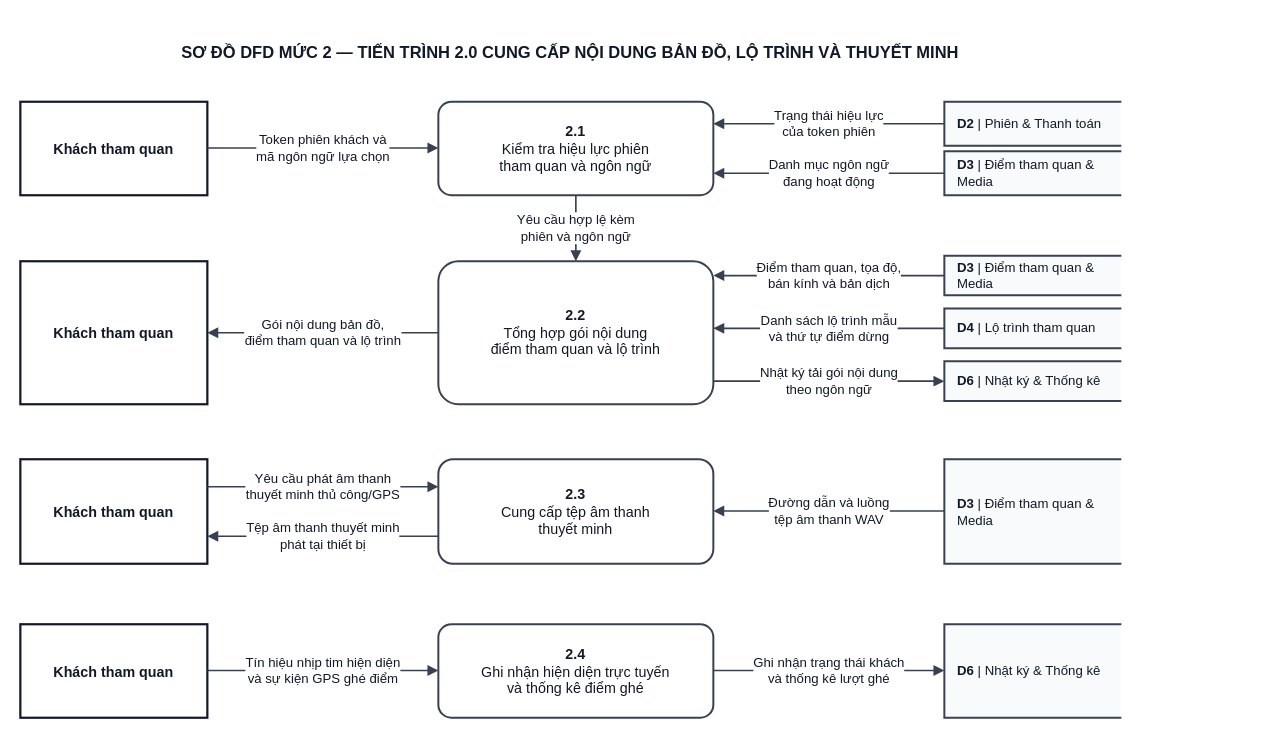
Before: docs/diagram/dfd/DFD_Level_2_P2_Visitor_Content_Audio.drawio in Kazuken123/prj_sgu26_cnpm, a draw.io diagram. Source tidied: cells renumbered, new cells numbered last; positions are measured from the earlier drawing's top-left corner, leaving out a move shared by most shapes. Both pictures are drawn from the tidied source at 110%, with x=0, y=0 at pixel (20, 30).
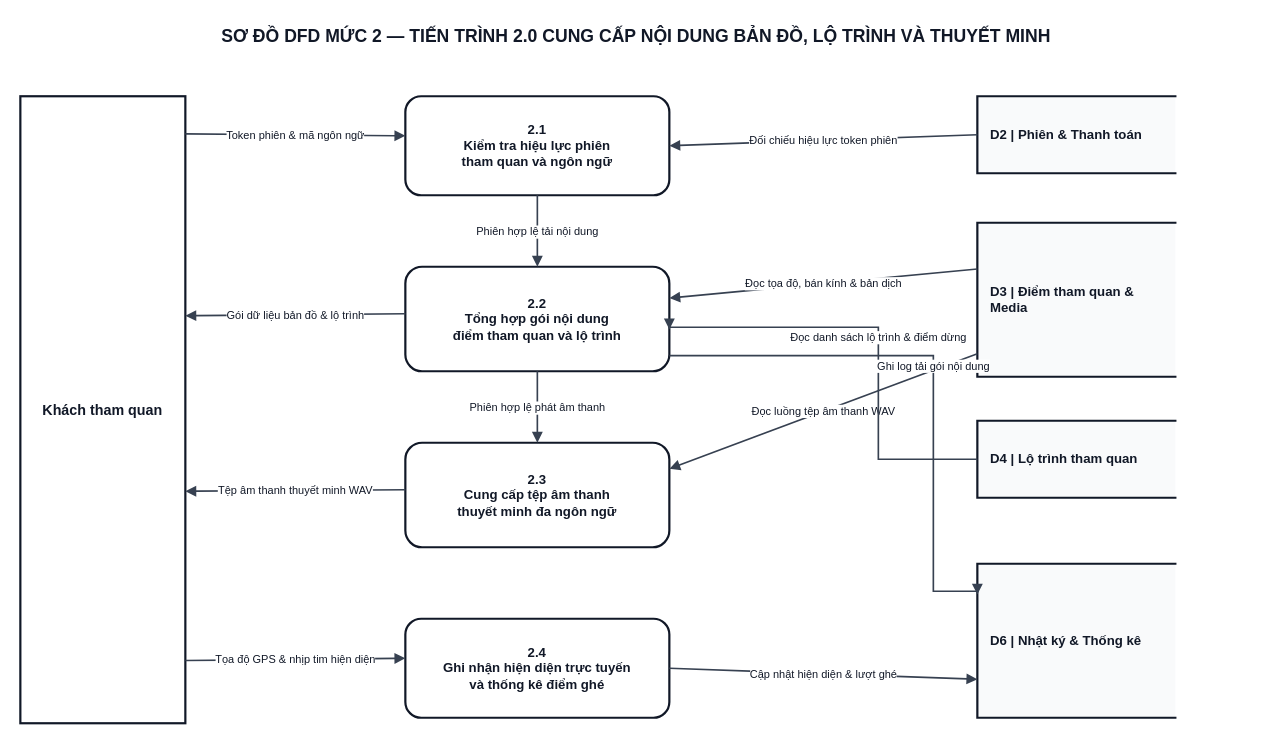
Above is the later version.

Diff of the diagram source:
```diff
@@
-    <mxCell id="2" value="SƠ ĐỒ DFD MỨC 2 — TIẾN TRÌNH 2.0 CUNG CẤP NỘI DUNG BẢN ĐỒ, LỘ TRÌNH VÀ THUYẾT MINH" style="text;html=1;align=center;verticalAlign=middle;whiteSpace=wrap;fontFamily=Arial;fontSize=15;fontStyle=1;fillColor=none;strokeColor=none;fontColor=#111827;" parent="1" vertex="1">
-      <mxGeometry width="1000" height="40" as="geometry" />
+    <mxCell id="2" value="SƠ ĐỒ DFD MỨC 2 — TIẾN TRÌNH 2.0 CUNG CẤP NỘI DUNG BẢN ĐỒ, LỘ TRÌNH VÀ THUYẾT MINH" style="text;html=1;align=center;verticalAlign=middle;whiteSpace=wrap;fontFamily=Arial;fontSize=16;fontStyle=1;fillColor=none;strokeColor=none;fontColor=#111827;" parent="1" vertex="1">
+      <mxGeometry y="-10" width="1120" height="30" as="geometry" />
     </mxCell>
+    <mxCell id="31" value="Khách tham quan" style="rounded=0;whiteSpace=wrap;html=1;fillColor=#FFFFFF;strokeColor=#111827;strokeWidth=2;fontFamily=Arial;fontSize=13;fontStyle=1;fontColor=#111827;align=center;" parent="1" vertex="1">
+      <mxGeometry y="60" width="150" height="570" as="geometry" />
+    </mxCell>
-    <mxCell id="3" value="&lt;b&gt;2.1&lt;/b&gt;&lt;br/&gt;Kiểm tra hiệu lực phiên&lt;br/&gt;tham quan và ngôn ngữ" style="rounded=1;arcSize=14;whiteSpace=wrap;html=1;fillColor=#FFFFFF;strokeColor=#374151;strokeWidth=1.8;fontFamily=Arial;fontSize=13;fontColor=#111827;align=center;" parent="1" vertex="1">
-      <mxGeometry x="380" y="65" width="250" height="85" as="geometry" />
+    <mxCell id="3" value="&lt;b&gt;2.1&lt;/b&gt;&lt;br/&gt;Kiểm tra hiệu lực phiên&lt;br/&gt;tham quan và ngôn ngữ" style="rounded=1;arcSize=16;whiteSpace=wrap;html=1;fillColor=#FFFFFF;strokeColor=#111827;strokeWidth=2;fontFamily=Arial;fontSize=12;fontStyle=1;fontColor=#111827;align=center;" parent="1" vertex="1">
+      <mxGeometry x="350" y="60" width="240" height="90" as="geometry" />
     </mxCell>
-    <mxCell id="4" value="&lt;b&gt;2.2&lt;/b&gt;&lt;br/&gt;Tổng hợp gói nội dung&lt;br/&gt;điểm tham quan và lộ trình" style="rounded=1;arcSize=14;whiteSpace=wrap;html=1;fillColor=#FFFFFF;strokeColor=#374151;strokeWidth=1.8;fontFamily=Arial;fontSize=13;fontColor=#111827;align=center;" parent="1" vertex="1">
-      <mxGeometry x="380" y="210" width="250" height="130" as="geometry" />
+    <mxCell id="4" value="&lt;b&gt;2.2&lt;/b&gt;&lt;br/&gt;Tổng hợp gói nội dung&lt;br/&gt;điểm tham quan và lộ trình" style="rounded=1;arcSize=16;whiteSpace=wrap;html=1;fillColor=#FFFFFF;strokeColor=#111827;strokeWidth=2;fontFamily=Arial;fontSize=12;fontStyle=1;fontColor=#111827;align=center;" parent="1" vertex="1">
+      <mxGeometry x="350" y="215" width="240" height="95" as="geometry" />
     </mxCell>
-    <mxCell id="5" value="&lt;b&gt;2.3&lt;/b&gt;&lt;br/&gt;Cung cấp tệp âm thanh&lt;br/&gt;thuyết minh" style="rounded=1;arcSize=14;whiteSpace=wrap;html=1;fillColor=#FFFFFF;strokeColor=#374151;strokeWidth=1.8;fontFamily=Arial;fontSize=13;fontColor=#111827;align=center;" parent="1" vertex="1">
-      <mxGeometry x="380" y="390" width="250" height="95" as="geometry" />
+    <mxCell id="5" value="&lt;b&gt;2.3&lt;/b&gt;&lt;br/&gt;Cung cấp tệp âm thanh&lt;br/&gt;thuyết minh đa ngôn ngữ" style="rounded=1;arcSize=16;whiteSpace=wrap;html=1;fillColor=#FFFFFF;strokeColor=#111827;strokeWidth=2;fontFamily=Arial;fontSize=12;fontStyle=1;fontColor=#111827;align=center;" parent="1" vertex="1">
+      <mxGeometry x="350" y="375" width="240" height="95" as="geometry" />
     </mxCell>
-    <mxCell id="6" value="&lt;b&gt;2.4&lt;/b&gt;&lt;br/&gt;Ghi nhận hiện diện trực tuyến&lt;br/&gt;và thống kê điểm ghé" style="rounded=1;arcSize=14;whiteSpace=wrap;html=1;fillColor=#FFFFFF;strokeColor=#374151;strokeWidth=1.8;fontFamily=Arial;fontSize=13;fontColor=#111827;align=center;" parent="1" vertex="1">
-      <mxGeometry x="380" y="540" width="250" height="85" as="geometry" />
+    <mxCell id="6" value="&lt;b&gt;2.4&lt;/b&gt;&lt;br/&gt;Ghi nhận hiện diện trực tuyến&lt;br/&gt;và thống kê điểm ghé" style="rounded=1;arcSize=16;whiteSpace=wrap;html=1;fillColor=#FFFFFF;strokeColor=#111827;strokeWidth=2;fontFamily=Arial;fontSize=12;fontStyle=1;fontColor=#111827;align=center;" parent="1" vertex="1">
+      <mxGeometry x="350" y="535" width="240" height="90" as="geometry" />
     </mxCell>
+    <mxCell id="9" value="&lt;b&gt;D2&lt;/b&gt; | Phiên &amp; Thanh toán" style="shape=partialRectangle;whiteSpace=wrap;html=1;left=1;right=0;top=1;bottom=1;fillColor=#F9FAFB;strokeColor=#111827;strokeWidth=2;fontFamily=Arial;fontSize=12;fontStyle=1;fontColor=#111827;align=left;spacingLeft=10;" parent="1" vertex="1">
+      <mxGeometry x="870" y="60" width="180" height="70" as="geometry" />
+    </mxCell>
+    <mxCell id="32" value="&lt;b&gt;D3&lt;/b&gt; | Điểm tham quan &amp; Media" style="shape=partialRectangle;whiteSpace=wrap;html=1;left=1;right=0;top=1;bottom=1;fillColor=#F9FAFB;strokeColor=#111827;strokeWidth=2;fontFamily=Arial;fontSize=12;fontStyle=1;fontColor=#111827;align=left;spacingLeft=10;" parent="1" vertex="1">
+      <mxGeometry x="870" y="175" width="180" height="140" as="geometry" />
+    </mxCell>
+    <mxCell id="16" value="&lt;b&gt;D4&lt;/b&gt; | Lộ trình tham quan" style="shape=partialRectangle;whiteSpace=wrap;html=1;left=1;right=0;top=1;bottom=1;fillColor=#F9FAFB;strokeColor=#111827;strokeWidth=2;fontFamily=Arial;fontSize=12;fontStyle=1;fontColor=#111827;align=left;spacingLeft=10;" parent="1" vertex="1">
+      <mxGeometry x="870" y="355" width="180" height="70" as="geometry" />
+    </mxCell>
+    <mxCell id="33" value="&lt;b&gt;D6&lt;/b&gt; | Nhật ký &amp; Thống kê" style="shape=partialRectangle;whiteSpace=wrap;html=1;left=1;right=0;top=1;bottom=1;fillColor=#F9FAFB;strokeColor=#111827;strokeWidth=2;fontFamily=Arial;fontSize=12;fontStyle=1;fontColor=#111827;align=left;spacingLeft=10;" parent="1" vertex="1">
+      <mxGeometry x="870" y="485" width="180" height="140" as="geometry" />
+    </mxCell>
+    <mxCell id="11" value="Token phiên &amp; mã ngôn ngữ" style="rounded=0;html=1;strokeColor=#374151;strokeWidth=1.5;endArrow=block;endFill=1;fontFamily=Arial;fontSize=10;fontColor=#111827;labelBackgroundColor=#FFFFFF;spacing=2;exitX=1;exitY=0.06;exitDx=0;exitDy=0;entryX=0;entryY=0.4;entryDx=0;entryDy=0;edgeStyle=none;" parent="1" edge="1" source="31" target="3">
+      <mxGeometry relative="1" as="geometry" />
+    </mxCell>
+    <mxCell id="18" value="Gói dữ liệu bản đồ &amp; lộ trình" style="rounded=0;html=1;strokeColor=#374151;strokeWidth=1.5;endArrow=block;endFill=1;fontFamily=Arial;fontSize=10;fontColor=#111827;labelBackgroundColor=#FFFFFF;spacing=2;exitX=0;exitY=0.45;exitDx=0;exitDy=0;entryX=1;entryY=0.35;entryDx=0;entryDy=0;edgeStyle=none;" parent="1" edge="1" source="4" target="31">
+      <mxGeometry relative="1" as="geometry" />
+    </mxCell>
+    <mxCell id="25" value="Tệp âm thanh thuyết minh WAV" style="rounded=0;html=1;strokeColor=#374151;strokeWidth=1.5;endArrow=block;endFill=1;fontFamily=Arial;fontSize=10;fontColor=#111827;labelBackgroundColor=#FFFFFF;spacing=2;exitX=0;exitY=0.45;exitDx=0;exitDy=0;entryX=1;entryY=0.63;entryDx=0;entryDy=0;edgeStyle=none;" parent="1" edge="1" source="5" target="31">
+      <mxGeometry relative="1" as="geometry" />
+    </mxCell>
+    <mxCell id="29" value="Tọa độ GPS &amp; nhịp tim hiện diện" style="rounded=0;html=1;strokeColor=#374151;strokeWidth=1.5;endArrow=block;endFill=1;fontFamily=Arial;fontSize=10;fontColor=#111827;labelBackgroundColor=#FFFFFF;spacing=2;exitX=1;exitY=0.9;exitDx=0;exitDy=0;entryX=0;entryY=0.4;entryDx=0;entryDy=0;edgeStyle=none;" parent="1" edge="1" source="31" target="6">
+      <mxGeometry relative="1" as="geometry" />
+    </mxCell>
-    <mxCell id="7" value="Yêu cầu hợp lệ kèm&lt;br/&gt;phiên và ngôn ngữ" style="edgeStyle=none;rounded=0;html=1;exitX=0.5;exitY=1;entryX=0.5;entryY=0;strokeColor=#374151;strokeWidth=1.5;endArrow=block;endFill=1;fontFamily=Arial;fontSize=12;fontColor=#111827;labelBackgroundColor=#FFFFFF;" parent="1" edge="1" source="3" target="4">
+    <mxCell id="7" value="Phiên hợp lệ tải nội dung" style="rounded=0;html=1;strokeColor=#374151;strokeWidth=1.5;endArrow=block;endFill=1;fontFamily=Arial;fontSize=10;fontColor=#111827;labelBackgroundColor=#FFFFFF;spacing=2;exitX=0.5;exitY=1;exitDx=0;exitDy=0;entryX=0.5;entryY=0;entryDx=0;entryDy=0;edgeStyle=none;" parent="1" edge="1" source="3" target="4">
       <mxGeometry relative="1" as="geometry" />
     </mxCell>
-    <mxCell id="8" value="Khách tham quan" style="rounded=0;whiteSpace=wrap;html=1;fillColor=#FFFFFF;strokeColor=#111827;strokeWidth=2;fontFamily=Arial;fontSize=13;fontStyle=1;fontColor=#111827;align=center;" parent="1" vertex="1">
-      <mxGeometry y="65" width="170" height="85" as="geometry" />
-    </mxCell>
-    <mxCell id="9" value="&lt;b&gt;D2&lt;/b&gt; | Phiên &amp;amp; Thanh toán" style="shape=partialRectangle;whiteSpace=wrap;html=1;left=1;right=0;top=1;bottom=1;fillColor=#F9FAFB;strokeColor=#374151;strokeWidth=1.8;fontFamily=Arial;fontSize=12;fontColor=#111827;align=left;spacingLeft=10;" parent="1" vertex="1">
-      <mxGeometry x="840" y="65" width="160" height="40" as="geometry" />
-    </mxCell>
-    <mxCell id="10" value="&lt;b&gt;D3&lt;/b&gt; | Điểm tham quan &amp;amp; Media" style="shape=partialRectangle;whiteSpace=wrap;html=1;left=1;right=0;top=1;bottom=1;fillColor=#F9FAFB;strokeColor=#374151;strokeWidth=1.8;fontFamily=Arial;fontSize=12;fontColor=#111827;align=left;spacingLeft=10;" parent="1" vertex="1">
-      <mxGeometry x="840" y="110" width="160" height="40" as="geometry" />
-    </mxCell>
-    <mxCell id="11" value="Token phiên khách và&lt;br/&gt;mã ngôn ngữ lựa chọn" style="edgeStyle=none;rounded=0;html=1;exitX=1.0;exitY=0.4941;entryX=0.0;entryY=0.4941;strokeColor=#374151;strokeWidth=1.5;endArrow=block;endFill=1;fontFamily=Arial;fontSize=12;fontColor=#111827;labelBackgroundColor=#FFFFFF;" parent="1" edge="1" source="8" target="3">
-      <mxGeometry relative="1" as="geometry" />
-    </mxCell>
+    <mxCell id="34" value="Phiên hợp lệ phát âm thanh" style="rounded=0;html=1;strokeColor=#374151;strokeWidth=1.5;endArrow=block;endFill=1;fontFamily=Arial;fontSize=10;fontColor=#111827;labelBackgroundColor=#FFFFFF;spacing=2;exitX=0.5;exitY=1;exitDx=0;exitDy=0;entryX=0.5;entryY=0;entryDx=0;entryDy=0;edgeStyle=none;" parent="1" edge="1" source="4" target="5">
+      <mxGeometry relative="1" as="geometry" />
+    </mxCell>
-    <mxCell id="12" value="Trạng thái hiệu lực&lt;br/&gt;của token phiên" style="edgeStyle=none;rounded=0;html=1;exitX=0.0;exitY=0.5;entryX=1.0;entryY=0.2353;strokeColor=#374151;strokeWidth=1.5;endArrow=block;endFill=1;fontFamily=Arial;fontSize=12;fontColor=#111827;labelBackgroundColor=#FFFFFF;" parent="1" edge="1" source="9" target="3">
+    <mxCell id="12" value="Đối chiếu hiệu lực token phiên" style="rounded=0;html=1;strokeColor=#374151;strokeWidth=1.5;endArrow=block;endFill=1;fontFamily=Arial;fontSize=10;fontColor=#111827;labelBackgroundColor=#FFFFFF;spacing=2;exitX=0;exitY=0.5;exitDx=0;exitDy=0;entryX=1;entryY=0.5;entryDx=0;entryDy=0;edgeStyle=none;" parent="1" edge="1" source="9" target="3">
       <mxGeometry relative="1" as="geometry" />
     </mxCell>
-    <mxCell id="13" value="Danh mục ngôn ngữ&lt;br/&gt;đang hoạt động" style="edgeStyle=none;rounded=0;html=1;exitX=0.0;exitY=0.5;entryX=1.0;entryY=0.7647;strokeColor=#374151;strokeWidth=1.5;endArrow=block;endFill=1;fontFamily=Arial;fontSize=12;fontColor=#111827;labelBackgroundColor=#FFFFFF;" parent="1" edge="1" source="10" target="3">
-      <mxGeometry relative="1" as="geometry" />
-    </mxCell>
-    <mxCell id="14" value="Khách tham quan" style="rounded=0;whiteSpace=wrap;html=1;fillColor=#FFFFFF;strokeColor=#111827;strokeWidth=2;fontFamily=Arial;fontSize=13;fontStyle=1;fontColor=#111827;align=center;" parent="1" vertex="1">
-      <mxGeometry y="210" width="170" height="130" as="geometry" />
-    </mxCell>
-    <mxCell id="15" value="&lt;b&gt;D3&lt;/b&gt; | Điểm tham quan &amp;amp; Media" style="shape=partialRectangle;whiteSpace=wrap;html=1;left=1;right=0;top=1;bottom=1;fillColor=#F9FAFB;strokeColor=#374151;strokeWidth=1.8;fontFamily=Arial;fontSize=12;fontColor=#111827;align=left;spacingLeft=10;" parent="1" vertex="1">
-      <mxGeometry x="840" y="205" width="160" height="36" as="geometry" />
-    </mxCell>
-    <mxCell id="16" value="&lt;b&gt;D4&lt;/b&gt; | Lộ trình tham quan" style="shape=partialRectangle;whiteSpace=wrap;html=1;left=1;right=0;top=1;bottom=1;fillColor=#F9FAFB;strokeColor=#374151;strokeWidth=1.8;fontFamily=Arial;fontSize=12;fontColor=#111827;align=left;spacingLeft=10;" parent="1" vertex="1">
-      <mxGeometry x="840" y="253" width="160" height="36" as="geometry" />
-    </mxCell>
-    <mxCell id="17" value="&lt;b&gt;D6&lt;/b&gt; | Nhật ký &amp;amp; Thống kê" style="shape=partialRectangle;whiteSpace=wrap;html=1;left=1;right=0;top=1;bottom=1;fillColor=#F9FAFB;strokeColor=#374151;strokeWidth=1.8;fontFamily=Arial;fontSize=12;fontColor=#111827;align=left;spacingLeft=10;" parent="1" vertex="1">
-      <mxGeometry x="840" y="301" width="160" height="36" as="geometry" />
-    </mxCell>
-    <mxCell id="18" value="Gói nội dung bản đồ,&lt;br/&gt;điểm tham quan và lộ trình" style="edgeStyle=none;rounded=0;html=1;exitX=0.0;exitY=0.5;entryX=1.0;entryY=0.5;strokeColor=#374151;strokeWidth=1.5;endArrow=block;endFill=1;fontFamily=Arial;fontSize=12;fontColor=#111827;labelBackgroundColor=#FFFFFF;" parent="1" edge="1" source="4" target="14">
-      <mxGeometry relative="1" as="geometry" />
-    </mxCell>
-    <mxCell id="19" value="Điểm tham quan, tọa độ,&lt;br/&gt;bán kính và bản dịch" style="edgeStyle=none;rounded=0;html=1;exitX=0.0;exitY=0.5;entryX=1.0;entryY=0.1;strokeColor=#374151;strokeWidth=1.5;endArrow=block;endFill=1;fontFamily=Arial;fontSize=12;fontColor=#111827;labelBackgroundColor=#FFFFFF;" parent="1" edge="1" source="15" target="4">
-      <mxGeometry relative="1" as="geometry" />
-    </mxCell>
+    <mxCell id="35" value="Đọc tọa độ, bán kính &amp; bản dịch" style="rounded=0;html=1;strokeColor=#374151;strokeWidth=1.5;endArrow=block;endFill=1;fontFamily=Arial;fontSize=10;fontColor=#111827;labelBackgroundColor=#FFFFFF;spacing=2;exitX=0;exitY=0.3;exitDx=0;exitDy=0;entryX=1;entryY=0.3;entryDx=0;entryDy=0;edgeStyle=none;" parent="1" edge="1" source="32" target="4">
+      <mxGeometry relative="1" as="geometry" />
+    </mxCell>
+    <mxCell id="36" value="Đọc luồng tệp âm thanh WAV" style="rounded=0;html=1;strokeColor=#374151;strokeWidth=1.5;endArrow=block;endFill=1;fontFamily=Arial;fontSize=10;fontColor=#111827;labelBackgroundColor=#FFFFFF;spacing=2;exitX=0;exitY=0.85;exitDx=0;exitDy=0;entryX=1;entryY=0.25;entryDx=0;entryDy=0;edgeStyle=none;" parent="1" edge="1" source="32" target="5">
+      <mxGeometry relative="1" as="geometry" />
+    </mxCell>
-    <mxCell id="20" value="Danh sách lộ trình mẫu&lt;br/&gt;và thứ tự điểm dừng" style="edgeStyle=none;rounded=0;html=1;exitX=0.0;exitY=0.5;entryX=1.0;entryY=0.4692;strokeColor=#374151;strokeWidth=1.5;endArrow=block;endFill=1;fontFamily=Arial;fontSize=12;fontColor=#111827;labelBackgroundColor=#FFFFFF;" parent="1" edge="1" source="16" target="4">
-      <mxGeometry relative="1" as="geometry" />
+    <mxCell id="20" value="Đọc danh sách lộ trình &amp; điểm dừng" style="rounded=0;html=1;strokeColor=#374151;strokeWidth=1.5;endArrow=block;endFill=1;fontFamily=Arial;fontSize=10;fontColor=#111827;labelBackgroundColor=#FFFFFF;spacing=2;exitX=0;exitY=0.5;exitDx=0;exitDy=0;entryX=1;entryY=0.6;entryDx=0;entryDy=0;edgeStyle=orthogonalEdgeStyle;jettySize=auto;" parent="1" edge="1" source="16" target="4">
+      <mxGeometry relative="1" as="geometry">
+        <Array as="points">
+          <mxPoint x="870" y="390" />
+          <mxPoint x="780" y="390" />
+          <mxPoint x="780" y="270" />
+        </Array>
+      </mxGeometry>
     </mxCell>
-    <mxCell id="21" value="Nhật ký tải gói nội dung&lt;br/&gt;theo ngôn ngữ" style="edgeStyle=none;rounded=0;html=1;exitX=1.0;exitY=0.8385;entryX=0.0;entryY=0.5;strokeColor=#374151;strokeWidth=1.5;endArrow=block;endFill=1;fontFamily=Arial;fontSize=12;fontColor=#111827;labelBackgroundColor=#FFFFFF;" parent="1" edge="1" source="4" target="17">
-      <mxGeometry relative="1" as="geometry" />
-    </mxCell>
-    <mxCell id="22" value="Khách tham quan" style="rounded=0;whiteSpace=wrap;html=1;fillColor=#FFFFFF;strokeColor=#111827;strokeWidth=2;fontFamily=Arial;fontSize=13;fontStyle=1;fontColor=#111827;align=center;" parent="1" vertex="1">
-      <mxGeometry y="390" width="170" height="95" as="geometry" />
-    </mxCell>
-    <mxCell id="23" value="&lt;b&gt;D3&lt;/b&gt; | Điểm tham quan &amp;amp; Media" style="shape=partialRectangle;whiteSpace=wrap;html=1;left=1;right=0;top=1;bottom=1;fillColor=#F9FAFB;strokeColor=#374151;strokeWidth=1.8;fontFamily=Arial;fontSize=12;fontColor=#111827;align=left;spacingLeft=10;" parent="1" vertex="1">
-      <mxGeometry x="840" y="390" width="160" height="95" as="geometry" />
-    </mxCell>
-    <mxCell id="24" value="Yêu cầu phát âm thanh&lt;br/&gt;thuyết minh thủ công/GPS" style="edgeStyle=none;rounded=0;html=1;exitX=1.0;exitY=0.2632;entryX=0.0;entryY=0.2632;strokeColor=#374151;strokeWidth=1.5;endArrow=block;endFill=1;fontFamily=Arial;fontSize=12;fontColor=#111827;labelBackgroundColor=#FFFFFF;" parent="1" edge="1" source="22" target="5">
-      <mxGeometry relative="1" as="geometry" />
-    </mxCell>
-    <mxCell id="25" value="Tệp âm thanh thuyết minh&lt;br/&gt;phát tại thiết bị" style="edgeStyle=none;rounded=0;html=1;exitX=0.0;exitY=0.7368;entryX=1.0;entryY=0.7368;strokeColor=#374151;strokeWidth=1.5;endArrow=block;endFill=1;fontFamily=Arial;fontSize=12;fontColor=#111827;labelBackgroundColor=#FFFFFF;" parent="1" edge="1" source="5" target="22">
-      <mxGeometry relative="1" as="geometry" />
-    </mxCell>
-    <mxCell id="26" value="Đường dẫn và luồng&lt;br/&gt;tệp âm thanh WAV" style="edgeStyle=none;rounded=0;html=1;exitX=0.0;exitY=0.4947;entryX=1.0;entryY=0.4947;strokeColor=#374151;strokeWidth=1.5;endArrow=block;endFill=1;fontFamily=Arial;fontSize=12;fontColor=#111827;labelBackgroundColor=#FFFFFF;" parent="1" edge="1" source="23" target="5">
-      <mxGeometry relative="1" as="geometry" />
-    </mxCell>
-    <mxCell id="27" value="Khách tham quan" style="rounded=0;whiteSpace=wrap;html=1;fillColor=#FFFFFF;strokeColor=#111827;strokeWidth=2;fontFamily=Arial;fontSize=13;fontStyle=1;fontColor=#111827;align=center;" parent="1" vertex="1">
-      <mxGeometry y="540" width="170" height="85" as="geometry" />
-    </mxCell>
-    <mxCell id="28" value="&lt;b&gt;D6&lt;/b&gt; | Nhật ký &amp;amp; Thống kê" style="shape=partialRectangle;whiteSpace=wrap;html=1;left=1;right=0;top=1;bottom=1;fillColor=#F9FAFB;strokeColor=#374151;strokeWidth=1.8;fontFamily=Arial;fontSize=12;fontColor=#111827;align=left;spacingLeft=10;" parent="1" vertex="1">
-      <mxGeometry x="840" y="540" width="160" height="85" as="geometry" />
-    </mxCell>
-    <mxCell id="29" value="Tín hiệu nhịp tim hiện diện&lt;br/&gt;và sự kiện GPS ghé điểm" style="edgeStyle=none;rounded=0;html=1;exitX=1.0;exitY=0.4941;entryX=0.0;entryY=0.4941;strokeColor=#374151;strokeWidth=1.5;endArrow=block;endFill=1;fontFamily=Arial;fontSize=12;fontColor=#111827;labelBackgroundColor=#FFFFFF;" parent="1" edge="1" source="27" target="6">
-      <mxGeometry relative="1" as="geometry" />
-    </mxCell>
-    <mxCell id="30" value="Ghi nhận trạng thái khách&lt;br/&gt;và thống kê lượt ghé" style="edgeStyle=none;rounded=0;html=1;exitX=1.0;exitY=0.4941;entryX=0.0;entryY=0.4941;strokeColor=#374151;strokeWidth=1.5;endArrow=block;endFill=1;fontFamily=Arial;fontSize=12;fontColor=#111827;labelBackgroundColor=#FFFFFF;" parent="1" edge="1" source="6" target="28">
-      <mxGeometry relative="1" as="geometry" />
-    </mxCell>
+    <mxCell id="37" value="Ghi log tải gói nội dung" style="rounded=0;html=1;strokeColor=#374151;strokeWidth=1.5;endArrow=block;endFill=1;fontFamily=Arial;fontSize=10;fontColor=#111827;labelBackgroundColor=#FFFFFF;spacing=2;exitX=1;exitY=0.85;exitDx=0;exitDy=0;entryX=0;entryY=0.2;entryDx=0;entryDy=0;edgeStyle=orthogonalEdgeStyle;jettySize=auto;" parent="1" edge="1" source="4" target="33">
+      <mxGeometry relative="1" as="geometry">
+        <Array as="points">
+          <mxPoint x="590" y="295" />
+          <mxPoint x="830" y="295" />
+          <mxPoint x="830" y="510" />
+        </Array>
+      </mxGeometry>
+    </mxCell>
+    <mxCell id="38" value="Cập nhật hiện diện &amp; lượt ghé" style="rounded=0;html=1;strokeColor=#374151;strokeWidth=1.5;endArrow=block;endFill=1;fontFamily=Arial;fontSize=10;fontColor=#111827;labelBackgroundColor=#FFFFFF;spacing=2;exitX=1;exitY=0.5;exitDx=0;exitDy=0;entryX=0;entryY=0.75;entryDx=0;entryDy=0;edgeStyle=none;" parent="1" edge="1" source="6" target="33">
+      <mxGeometry relative="1" as="geometry" />
+    </mxCell>
```
